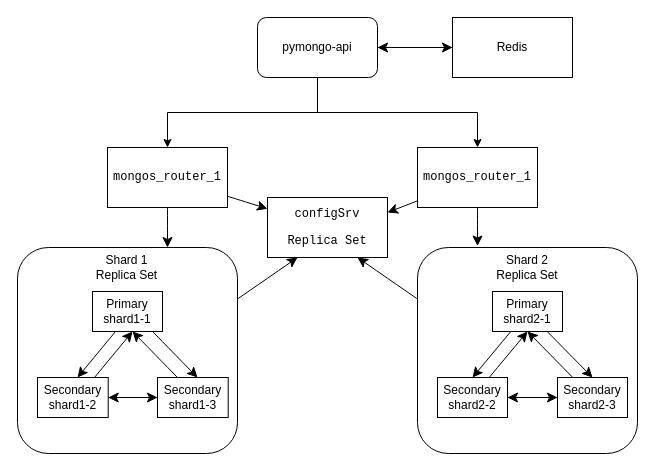
ayakhont/architecture-black_friday keeps this draw.io diagram as docs/task1/third_option.drawio. Above is the earlier version. Source tidied: cells renumbered, new cells numbered last; positions are measured from the earlier drawing's top-left corner, leaving out a move shared by most shapes. Both pictures are drawn from the tidied source at 100%, with x=0, y=0 at pixel (17, 17).
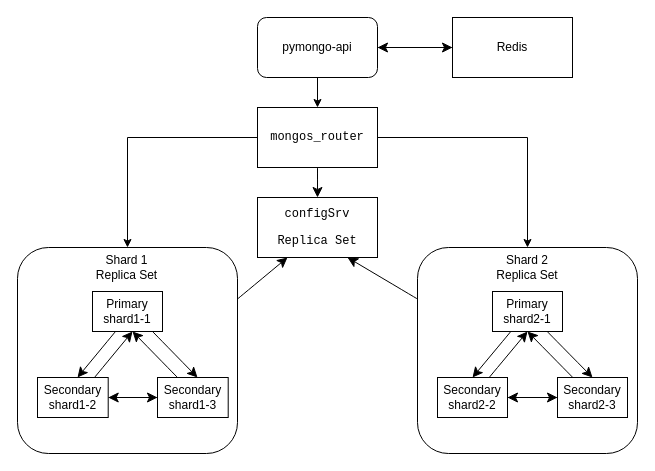
Above is the later version.

The change refers to these unchanged cells:
```xml
<mxCell id="6" value="pymongo-api" style="rounded=1;whiteSpace=wrap;html=1;" parent="1" vertex="1">
  <mxGeometry x="240" width="120" height="60" as="geometry" />
</mxCell>
<mxCell id="23" value="&lt;div&gt;Shard 1&lt;/div&gt;&lt;div&gt;Replica Set&lt;/div&gt;" style="text;html=1;whiteSpace=wrap;strokeColor=none;fillColor=none;align=center;verticalAlign=middle;rounded=0;" parent="17" vertex="1">
  <mxGeometry x="29.3" width="161.3" height="40" as="geometry" />
</mxCell>
<mxCell id="41" value="&lt;div&gt;Shard 2&lt;/div&gt;&lt;div&gt;Replica Set&lt;/div&gt;" style="text;html=1;whiteSpace=wrap;strokeColor=none;fillColor=none;align=center;verticalAlign=middle;rounded=0;" parent="30" vertex="1">
  <mxGeometry x="55" width="110" height="40" as="geometry" />
</mxCell>
```

Change to the diagram source:
```diff
@@
+    <mxCell id="42" style="edgeStyle=orthogonalEdgeStyle;rounded=0;jettySize=auto;html=1;" parent="1" edge="1" source="9" target="41">
+      <mxGeometry relative="1" as="geometry" />
+    </mxCell>
+    <mxCell id="43" style="edgeStyle=orthogonalEdgeStyle;rounded=0;jettySize=auto;html=1;" parent="1" edge="1" source="9" target="23">
+      <mxGeometry relative="1" as="geometry" />
+    </mxCell>
-    <mxCell id="9" value="&lt;pre class=&quot;code-block__code-wrapper&quot;&gt;&lt;code class=&quot;code-block__code bash&quot;&gt;mongos_router_1&lt;/code&gt;&lt;/pre&gt;" style="rounded=0;whiteSpace=wrap;html=1;" parent="1" vertex="1">
-      <mxGeometry x="90" y="130" width="120" height="60" as="geometry" />
+    <mxCell id="9" value="&lt;pre class=&quot;code-block__code-wrapper&quot;&gt;&lt;code class=&quot;code-block__code bash&quot;&gt;mongos_router&lt;/code&gt;&lt;/pre&gt;" style="rounded=0;whiteSpace=wrap;html=1;" parent="1" vertex="1">
+      <mxGeometry x="240" y="90" width="120" height="60" as="geometry" />
     </mxCell>
-    <mxCell id="10" style="edgeStyle=none;curved=1;rounded=0;jettySize=auto;html=1;fontSize=12;startSize=8;endSize=8;entryX=1;entryY=0.25;entryDx=0;entryDy=0;" parent="1" edge="1" source="11" target="13">
-      <mxGeometry relative="1" as="geometry" />
-    </mxCell>
-    <mxCell id="11" value="&lt;pre class=&quot;code-block__code-wrapper&quot;&gt;&lt;code class=&quot;code-block__code bash&quot;&gt;mongos_router_1&lt;/code&gt;&lt;/pre&gt;" style="rounded=0;whiteSpace=wrap;html=1;" parent="1" vertex="1">
-      <mxGeometry x="400" y="130" width="120" height="60" as="geometry" />
-    </mxCell>
-    <mxCell id="12" style="edgeStyle=orthogonalEdgeStyle;rounded=0;jettySize=auto;html=1;exitX=0.5;exitY=1;exitDx=0;exitDy=0;" parent="1" edge="1" source="6" target="11">
-      <mxGeometry relative="1" as="geometry" />
-    </mxCell>
     <mxCell id="13" value="&lt;pre class=&quot;code-block__code-wrapper&quot;&gt;&lt;code class=&quot;code-block__code bash&quot;&gt;configSrv&lt;/code&gt;&lt;/pre&gt;&lt;pre class=&quot;code-block__code-wrapper&quot;&gt;&lt;code class=&quot;code-block__code bash&quot;&gt;Replica Set&lt;/code&gt;&lt;/pre&gt;" style="rounded=0;whiteSpace=wrap;html=1;" parent="1" vertex="1">
-      <mxGeometry x="250" y="180" width="120" height="60" as="geometry" />
+      <mxGeometry x="240" y="180" width="120" height="60" as="geometry" />
     </mxCell>
@@
-    <mxCell id="15" style="edgeStyle=none;curved=1;rounded=0;jettySize=auto;html=1;entryX=0.5;entryY=0;entryDx=0;entryDy=0;entryPerimeter=0;fontSize=12;startSize=8;endSize=8;" parent="1" edge="1" source="9">
-      <mxGeometry relative="1" as="geometry">
-        <mxPoint x="150" y="230" as="targetPoint" />
-      </mxGeometry>
-    </mxCell>
-    <mxCell id="16" style="edgeStyle=none;curved=1;rounded=0;jettySize=auto;html=1;entryX=0.5;entryY=0;entryDx=0;entryDy=0;entryPerimeter=0;fontSize=12;startSize=8;endSize=8;" parent="1" edge="1" source="11">
-      <mxGeometry relative="1" as="geometry">
-        <mxPoint x="460" y="228.5" as="targetPoint" />
-      </mxGeometry>
-    </mxCell>
```
